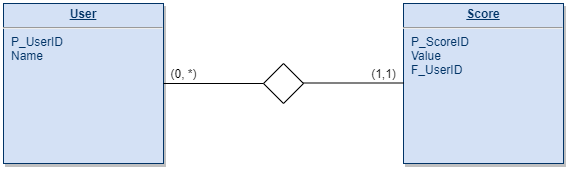
Above: er_diagramm.png in viethb/not-kniffel (draw.io), before the change. Source tidied: cells renumbered, new cells last; positions are measured from the earlier drawing's top-left corner, leaving out a move shared by most shapes.
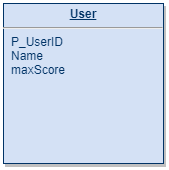
The same file after the commit.

Diff of the diagram source:
```diff
@@ -2,29 +2,8 @@
   <root>
     <mxCell id="0" />
     <mxCell id="1" parent="0" />
-    <mxCell id="2" value="&lt;p style=&quot;margin: 0px ; margin-top: 4px ; text-align: center ; text-decoration: underline&quot;&gt;&lt;strong&gt;Score&lt;/strong&gt;&lt;/p&gt;&lt;hr&gt;&lt;p style=&quot;margin: 0px ; margin-left: 8px&quot;&gt;P_ScoreID&lt;/p&gt;&lt;p style=&quot;margin: 0px ; margin-left: 8px&quot;&gt;Value&lt;/p&gt;&lt;p style=&quot;margin: 0px ; margin-left: 8px&quot;&gt;F_UserID&lt;/p&gt;" style="verticalAlign=top;align=left;overflow=fill;fontSize=12;fontFamily=Helvetica;html=1;strokeColor=#003366;shadow=1;fillColor=#D4E1F5;fontColor=#003366;" parent="1" vertex="1">
-      <mxGeometry x="400" width="160" height="160" as="geometry" />
-    </mxCell>
-    <mxCell id="3" value="&lt;p style=&quot;margin: 0px ; margin-top: 4px ; text-align: center ; text-decoration: underline&quot;&gt;&lt;strong&gt;User&lt;/strong&gt;&lt;/p&gt;&lt;hr&gt;&lt;p style=&quot;margin: 0px ; margin-left: 8px&quot;&gt;P_UserID&lt;/p&gt;&lt;p style=&quot;margin: 0px ; margin-left: 8px&quot;&gt;Name&lt;/p&gt;" style="verticalAlign=top;align=left;overflow=fill;fontSize=12;fontFamily=Helvetica;html=1;strokeColor=#003366;shadow=1;fillColor=#D4E1F5;fontColor=#003366;" parent="1" vertex="1">
+    <mxCell id="3" value="&lt;p style=&quot;margin: 0px ; margin-top: 4px ; text-align: center ; text-decoration: underline&quot;&gt;&lt;strong&gt;User&lt;/strong&gt;&lt;/p&gt;&lt;hr&gt;&lt;p style=&quot;margin: 0px ; margin-left: 8px&quot;&gt;P_UserID&lt;/p&gt;&lt;p style=&quot;margin: 0px ; margin-left: 8px&quot;&gt;Name&lt;/p&gt;&lt;p style=&quot;margin: 0px ; margin-left: 8px&quot;&gt;maxScore&lt;/p&gt;" style="verticalAlign=top;align=left;overflow=fill;fontSize=12;fontFamily=Helvetica;html=1;strokeColor=#003366;shadow=1;fillColor=#D4E1F5;fontColor=#003366;" parent="1" vertex="1">
       <mxGeometry width="160" height="160" as="geometry" />
     </mxCell>
-    <mxCell id="4" style="rhombus;whiteSpace=wrap;html=1;" parent="1" vertex="1">
-      <mxGeometry x="260" y="60" width="40" height="40" as="geometry" />
-    </mxCell>
-    <mxCell id="5" style="endArrow=none;html=1;exitX=1;exitY=0.5;exitDx=0;exitDy=0;entryX=0;entryY=0.5;entryDx=0;entryDy=0;" parent="1" edge="1" source="3" target="4">
-      <mxGeometry relative="1" as="geometry" />
-    </mxCell>
-    <mxCell id="6" style="endArrow=none;html=1;exitX=1;exitY=0.5;exitDx=0;exitDy=0;entryX=0;entryY=0.5;entryDx=0;entryDy=0;" parent="1" edge="1">
-      <mxGeometry relative="1" as="geometry">
-        <mxPoint x="300" y="79.5" as="sourcePoint" />
-        <mxPoint x="400" y="79.5" as="targetPoint" />
-      </mxGeometry>
-    </mxCell>
-    <mxCell id="7" value="(0, *)" style="text;html=1;align=center;verticalAlign=middle;" parent="1" vertex="1">
-      <mxGeometry x="160" y="60" width="40" height="20" as="geometry" />
-    </mxCell>
-    <mxCell id="8" value="(1,1)" style="text;html=1;align=center;verticalAlign=middle;" parent="1" vertex="1">
-      <mxGeometry x="360" y="60" width="40" height="20" as="geometry" />
-    </mxCell>
   </root>
 </mxGraphModel>
```
